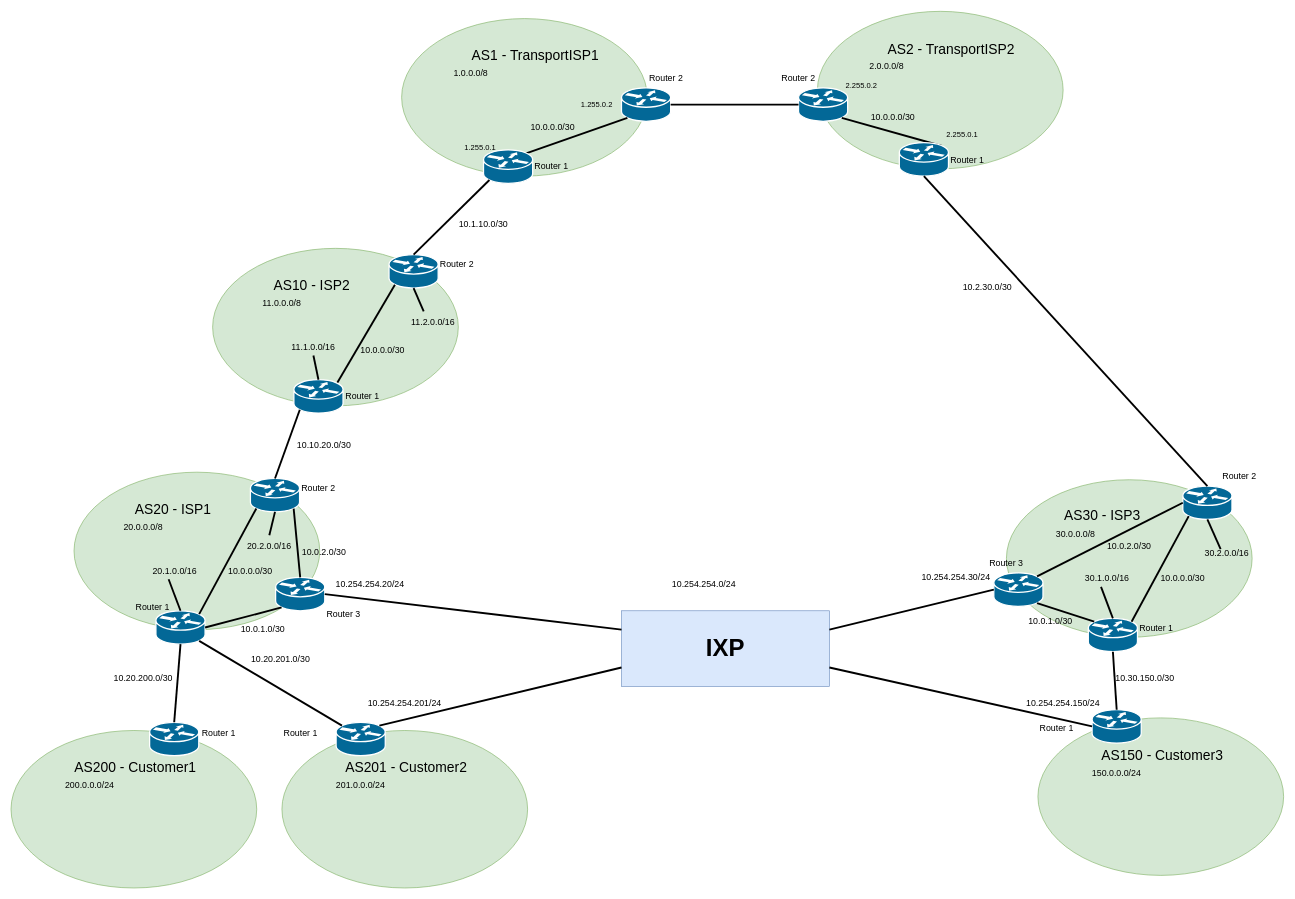
The draw.io diagram starting_topology.drawio in ThetaRangers/KatharaRPKI, before the edit. Source tidied: cells renumbered, new cells numbered last; positions are measured from the earlier drawing's top-left corner, leaving out a move shared by most shapes. Both pictures are drawn from the tidied source at 63%, with x=0, y=0 at pixel (11, 11).
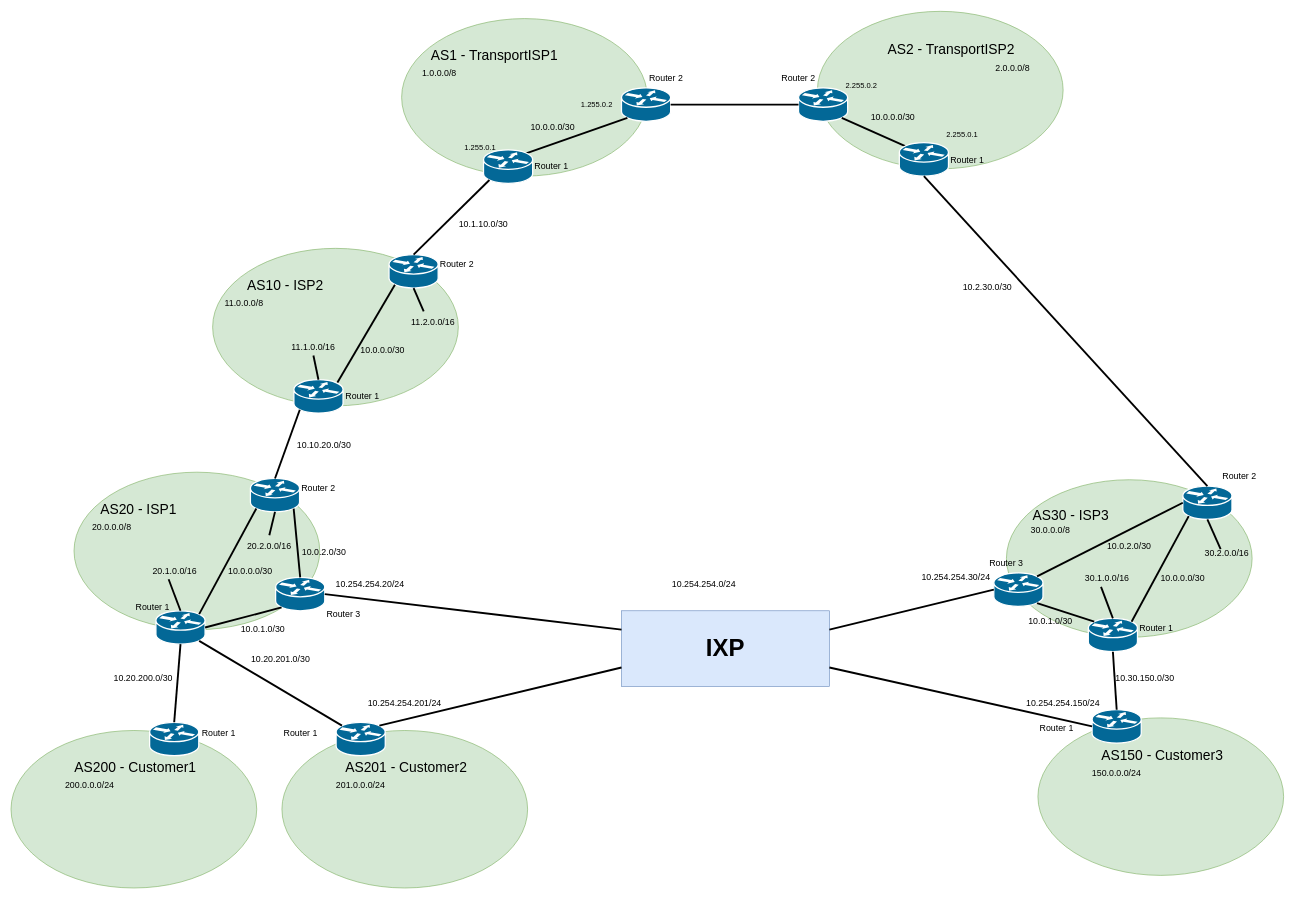
The same page after the edit.

Unchanged cells that the change refers to:
```xml
<mxCell id="2" style="group;" parent="1" vertex="1">
  <mxGeometry x="100" y="732" width="390" height="273" as="geometry" />
</mxCell>
<mxCell id="62" style="shape=mxgraph.cisco.routers.router;sketch=0;html=1;dashed=0;fillColor=#036897;strokeColor=#ffffff;strokeWidth=2;verticalLabelPosition=bottom;verticalAlign=top;align=center;outlineConnect=0;" parent="1" vertex="1">
  <mxGeometry x="1250" y="122" width="78" height="53" as="geometry" />
</mxCell>
<mxCell id="66" style="shape=mxgraph.cisco.routers.router;sketch=0;html=1;dashed=0;fillColor=#036897;strokeColor=#ffffff;strokeWidth=2;verticalLabelPosition=bottom;verticalAlign=top;align=center;outlineConnect=0;" parent="1" vertex="1">
  <mxGeometry x="1410" y="209" width="78" height="53" as="geometry" />
</mxCell>
<mxCell id="67" style="group;" parent="1" vertex="1">
  <mxGeometry x="1580" y="744" width="390" height="273" as="geometry" />
</mxCell>
```

The edit, as a diff of the source:
```diff
@@
     <mxCell id="4" value="&lt;font style=&quot;font-size: 22px;&quot;&gt;AS20 - ISP1&lt;/font&gt;" style="text;html=1;strokeColor=none;fillColor=none;align=center;verticalAlign=middle;whiteSpace=wrap;rounded=0;" parent="2" vertex="1">
-      <mxGeometry x="95" y="40" width="125" height="40" as="geometry" />
+      <mxGeometry x="40" y="40" width="125" height="40" as="geometry" />
     </mxCell>
@@
     <mxCell id="6" value="&lt;font style=&quot;font-size: 14px;&quot;&gt;20.0.0.0/8&lt;/font&gt;" style="text;html=1;strokeColor=none;fillColor=none;align=center;verticalAlign=middle;whiteSpace=wrap;rounded=0;fontSize=22;" parent="2" vertex="1">
-      <mxGeometry x="80" y="70" width="60" height="30" as="geometry" />
+      <mxGeometry x="30" y="70" width="60" height="30" as="geometry" />
     </mxCell>
@@
     <mxCell id="35" value="&lt;font style=&quot;font-size: 22px;&quot;&gt;AS10 - ISP2&lt;/font&gt;" style="text;html=1;strokeColor=none;fillColor=none;align=center;verticalAlign=middle;whiteSpace=wrap;rounded=0;" parent="1" vertex="1">
-      <mxGeometry x="415" y="416.7" width="125" height="40" as="geometry" />
+      <mxGeometry x="373" y="416.7" width="125" height="40" as="geometry" />
     </mxCell>
     <mxCell id="36" value="&lt;font style=&quot;font-size: 14px;&quot;&gt;11.0.0.0/8&lt;/font&gt;" style="text;html=1;strokeColor=none;fillColor=none;align=center;verticalAlign=middle;whiteSpace=wrap;rounded=0;fontSize=22;" parent="1" vertex="1">
-      <mxGeometry x="400" y="446.7" width="60" height="30" as="geometry" />
+      <mxGeometry x="340" y="446.7" width="60" height="30" as="geometry" />
     </mxCell>
@@
     <mxCell id="48" value="&lt;font style=&quot;font-size: 22px;&quot;&gt;AS1 - TransportISP1&lt;/font&gt;" style="text;html=1;strokeColor=none;fillColor=none;align=center;verticalAlign=middle;whiteSpace=wrap;rounded=0;" parent="1" vertex="1">
-      <mxGeometry x="715" y="52" width="235" height="40" as="geometry" />
+      <mxGeometry x="650" y="52" width="235" height="40" as="geometry" />
     </mxCell>
     <mxCell id="49" value="&lt;font style=&quot;font-size: 14px;&quot;&gt;1.0.0.0/8&lt;/font&gt;" style="text;html=1;strokeColor=none;fillColor=none;align=center;verticalAlign=middle;whiteSpace=wrap;rounded=0;fontSize=22;" parent="1" vertex="1">
-      <mxGeometry x="700" y="82" width="60" height="30" as="geometry" />
+      <mxGeometry x="650" y="80.5" width="60" height="30" as="geometry" />
     </mxCell>
@@
     <mxCell id="61" value="&lt;font style=&quot;font-size: 14px;&quot;&gt;2.0.0.0/8&lt;/font&gt;" style="text;html=1;strokeColor=none;fillColor=none;align=center;verticalAlign=middle;whiteSpace=wrap;rounded=0;fontSize=22;" parent="1" vertex="1">
-      <mxGeometry x="1360" y="70.5" width="60" height="30" as="geometry" />
+      <mxGeometry x="1560" y="73.5" width="60" height="30" as="geometry" />
     </mxCell>
@@
-    <mxCell id="63" style="endArrow=none;html=1;rounded=0;fontSize=22;exitX=0.88;exitY=0.9;exitDx=0;exitDy=0;exitPerimeter=0;strokeWidth=3;entryX=0.88;entryY=0.1;entryDx=0;entryDy=0;entryPerimeter=0;" parent="1" edge="1" source="62">
-      <mxGeometry relative="1" as="geometry">
-        <mxPoint x="1477.6" y="214.3" as="targetPoint" />
-      </mxGeometry>
+    <mxCell id="63" style="endArrow=none;html=1;rounded=0;fontSize=22;exitX=0.88;exitY=0.9;exitDx=0;exitDy=0;exitPerimeter=0;strokeWidth=3;entryX=0.12;entryY=0.1;entryDx=0;entryDy=0;entryPerimeter=0;" parent="1" edge="1" source="62" target="66">
+      <mxGeometry relative="1" as="geometry" />
     </mxCell>
@@
     <mxCell id="69" value="&lt;font style=&quot;font-size: 22px;&quot;&gt;AS30 - ISP3&lt;/font&gt;" style="text;html=1;strokeColor=none;fillColor=none;align=center;verticalAlign=middle;whiteSpace=wrap;rounded=0;" parent="67" vertex="1">
-      <mxGeometry x="80" y="38" width="145" height="40" as="geometry" />
+      <mxGeometry x="30" y="38" width="145" height="40" as="geometry" />
     </mxCell>
@@
     <mxCell id="71" value="&lt;font style=&quot;font-size: 14px;&quot;&gt;30.0.0.0/8&lt;/font&gt;" style="text;html=1;strokeColor=none;fillColor=none;align=center;verticalAlign=middle;whiteSpace=wrap;rounded=0;fontSize=22;" parent="67" vertex="1">
-      <mxGeometry x="80" y="70" width="60" height="30" as="geometry" />
+      <mxGeometry x="40" y="63" width="60" height="30" as="geometry" />
     </mxCell>
```
